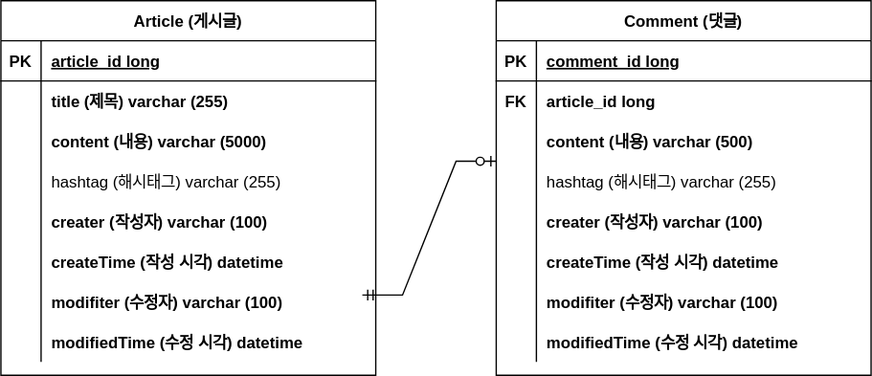
Above: documents/ERD/simple_board_erd.svg in GuardJo/simple-board-project (draw.io), before the change. Source tidied: cells renumbered, new cells last; positions are measured from the earlier drawing's top-left corner, leaving out a move shared by most shapes.
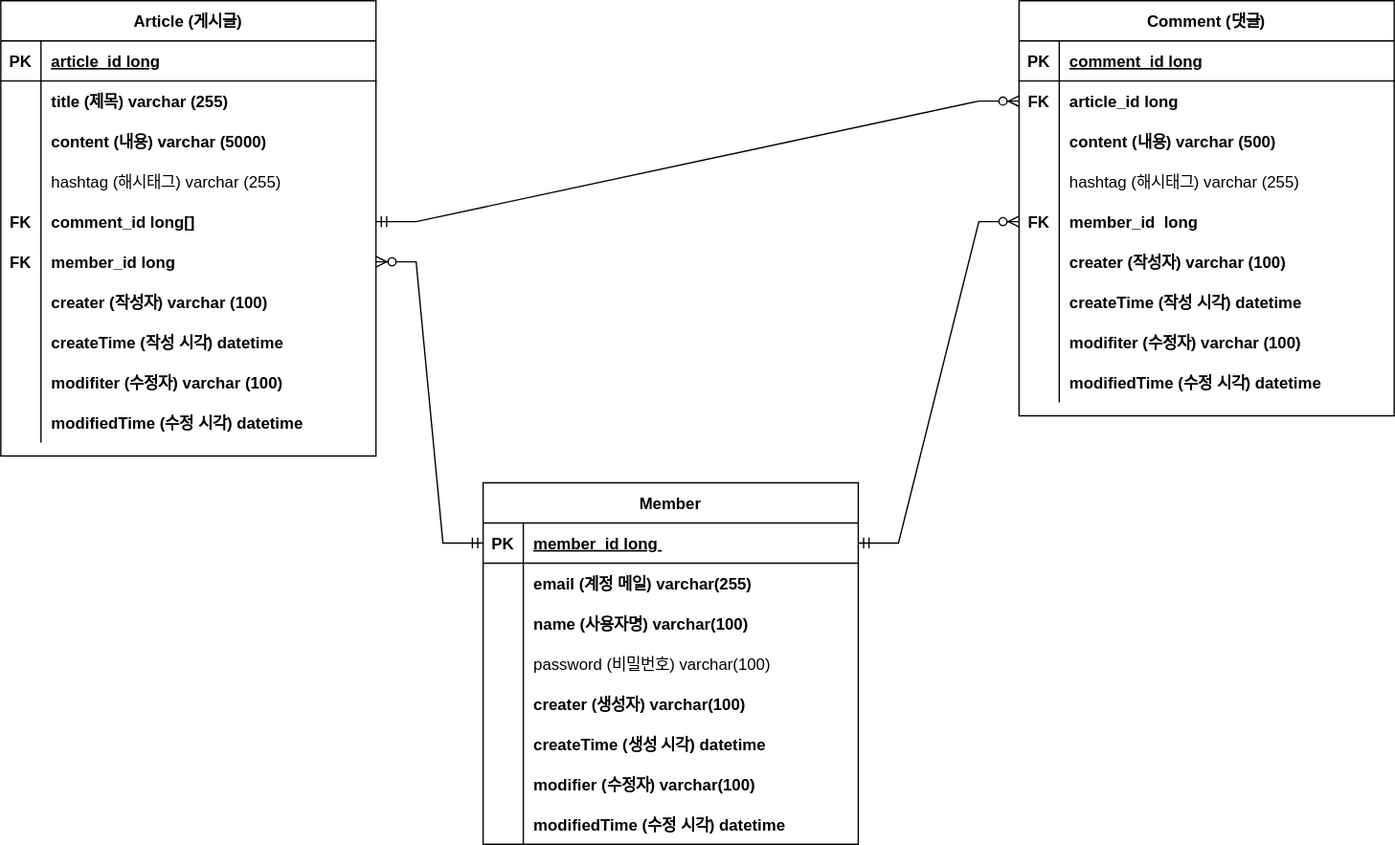
Later version of the same file.

Commit message:
simple-board-project #18 계정 관련 도메인 설계

- 계정 관련 ERD 추가

The edit, as a diff of the source:
```diff
@@ -3,7 +3,7 @@
     <mxCell id="0" />
     <mxCell id="1" parent="0" />
     <mxCell id="2" value="Article (게시글)" style="shape=table;startSize=30;rowLines=0;fontStyle=1;align=center;" parent="1" vertex="1">
-      <mxGeometry width="280" height="280" as="geometry" />
+      <mxGeometry x="-110" y="100" width="280" height="340" as="geometry" />
     </mxCell>
     <mxCell id="3" style="shape=tableRow;horizontal=0;startSize=0;swimlaneHead=0;swimlaneBody=0;fillColor=none;top=0;left=0;right=0;bottom=1;" parent="2" vertex="1">
       <mxGeometry y="30" width="280" height="30" as="geometry" />
@@ -41,8 +41,26 @@
     <mxCell id="14" value="hashtag (해시태그) varchar (255)" style="shape=partialRectangle;fillColor=none;top=0;left=0;bottom=0;right=0;align=left;spacingLeft=6;overflow=hidden;" parent="12" vertex="1">
       <mxGeometry x="30" width="250" height="30" as="geometry" />
     </mxCell>
+    <mxCell id="53" style="shape=tableRow;horizontal=0;startSize=0;swimlaneHead=0;swimlaneBody=0;fillColor=none;points=[[0,0.5],[1,0.5]];portConstraint=eastwest;top=0;left=0;right=0;bottom=0;fontStyle=1;" parent="2" vertex="1">
+      <mxGeometry y="150" width="280" height="30" as="geometry" />
+    </mxCell>
+    <mxCell id="54" value="FK" style="shape=partialRectangle;fillColor=none;top=0;left=0;bottom=0;right=0;overflow=hidden;fontStyle=1;" parent="53" vertex="1">
+      <mxGeometry width="30" height="30" as="geometry" />
+    </mxCell>
+    <mxCell id="55" value="comment_id long[]" style="shape=partialRectangle;fillColor=none;top=0;left=0;bottom=0;right=0;align=left;spacingLeft=6;overflow=hidden;fontStyle=1;" parent="53" vertex="1">
+      <mxGeometry x="30" width="250" height="30" as="geometry" />
+    </mxCell>
+    <mxCell id="56" style="shape=tableRow;horizontal=0;startSize=0;swimlaneHead=0;swimlaneBody=0;fillColor=none;points=[[0,0.5],[1,0.5]];portConstraint=eastwest;top=0;left=0;right=0;bottom=0;fontStyle=1;" parent="2" vertex="1">
+      <mxGeometry y="180" width="280" height="30" as="geometry" />
+    </mxCell>
+    <mxCell id="57" value="FK" style="shape=partialRectangle;fillColor=none;top=0;left=0;bottom=0;right=0;overflow=hidden;fontStyle=1;" parent="56" vertex="1">
+      <mxGeometry width="30" height="30" as="geometry" />
+    </mxCell>
+    <mxCell id="58" value="member_id long" style="shape=partialRectangle;fillColor=none;top=0;left=0;bottom=0;right=0;align=left;spacingLeft=6;overflow=hidden;fontStyle=1;" parent="56" vertex="1">
+      <mxGeometry x="30" width="250" height="30" as="geometry" />
+    </mxCell>
     <mxCell id="15" style="shape=tableRow;horizontal=0;startSize=0;swimlaneHead=0;swimlaneBody=0;fillColor=none;top=0;left=0;right=0;bottom=0;" parent="2" vertex="1">
-      <mxGeometry y="150" width="280" height="30" as="geometry" />
+      <mxGeometry y="210" width="280" height="30" as="geometry" />
     </mxCell>
     <mxCell id="16" style="shape=partialRectangle;fillColor=none;top=0;left=0;bottom=0;right=0;overflow=hidden;" parent="15" vertex="1">
       <mxGeometry width="30" height="30" as="geometry" />
@@ -51,7 +69,7 @@
       <mxGeometry x="30" width="250" height="30" as="geometry" />
     </mxCell>
     <mxCell id="18" style="shape=tableRow;horizontal=0;startSize=0;swimlaneHead=0;swimlaneBody=0;fillColor=none;top=0;left=0;right=0;bottom=0;" parent="2" vertex="1">
-      <mxGeometry y="180" width="280" height="30" as="geometry" />
+      <mxGeometry y="240" width="280" height="30" as="geometry" />
     </mxCell>
     <mxCell id="19" style="shape=partialRectangle;fillColor=none;top=0;left=0;bottom=0;right=0;overflow=hidden;" parent="18" vertex="1">
       <mxGeometry width="30" height="30" as="geometry" />
@@ -60,7 +78,7 @@
       <mxGeometry x="30" width="250" height="30" as="geometry" />
     </mxCell>
     <mxCell id="21" style="shape=tableRow;horizontal=0;startSize=0;swimlaneHead=0;swimlaneBody=0;fillColor=none;top=0;left=0;right=0;bottom=0;" parent="2" vertex="1">
-      <mxGeometry y="210" width="280" height="30" as="geometry" />
+      <mxGeometry y="270" width="280" height="30" as="geometry" />
     </mxCell>
     <mxCell id="22" style="shape=partialRectangle;fillColor=none;top=0;left=0;bottom=0;right=0;overflow=hidden;" parent="21" vertex="1">
       <mxGeometry width="30" height="30" as="geometry" />
@@ -69,7 +87,7 @@
       <mxGeometry x="30" width="250" height="30" as="geometry" />
     </mxCell>
     <mxCell id="24" style="shape=tableRow;horizontal=0;startSize=0;swimlaneHead=0;swimlaneBody=0;fillColor=none;top=0;left=0;right=0;bottom=0;" parent="2" vertex="1">
-      <mxGeometry y="240" width="280" height="30" as="geometry" />
+      <mxGeometry y="300" width="280" height="30" as="geometry" />
     </mxCell>
     <mxCell id="25" style="shape=partialRectangle;fillColor=none;top=0;left=0;bottom=0;right=0;overflow=hidden;" parent="24" vertex="1">
       <mxGeometry width="30" height="30" as="geometry" />
@@ -78,7 +96,7 @@
       <mxGeometry x="30" width="250" height="30" as="geometry" />
     </mxCell>
     <mxCell id="27" value="Comment (댓글)" style="shape=table;startSize=30;rowLines=0;fontStyle=1;align=center;" parent="1" vertex="1">
-      <mxGeometry x="370" width="280" height="280" as="geometry" />
+      <mxGeometry x="650" y="100" width="280" height="310" as="geometry" />
     </mxCell>
     <mxCell id="28" style="shape=tableRow;horizontal=0;startSize=0;swimlaneHead=0;swimlaneBody=0;fillColor=none;top=0;left=0;right=0;bottom=1;" parent="27" vertex="1">
       <mxGeometry y="30" width="280" height="30" as="geometry" />
@@ -116,8 +134,17 @@
     <mxCell id="39" value="hashtag (해시태그) varchar (255)" style="shape=partialRectangle;fillColor=none;top=0;left=0;bottom=0;right=0;align=left;spacingLeft=6;overflow=hidden;" parent="37" vertex="1">
       <mxGeometry x="30" width="250" height="30" as="geometry" />
     </mxCell>
+    <mxCell id="59" style="shape=tableRow;horizontal=0;startSize=0;swimlaneHead=0;swimlaneBody=0;fillColor=none;points=[[0,0.5],[1,0.5]];portConstraint=eastwest;top=0;left=0;right=0;bottom=0;" parent="27" vertex="1">
+      <mxGeometry y="150" width="280" height="30" as="geometry" />
+    </mxCell>
+    <mxCell id="60" value="FK" style="shape=partialRectangle;fillColor=none;top=0;left=0;bottom=0;right=0;overflow=hidden;fontStyle=1;" parent="59" vertex="1">
+      <mxGeometry width="30" height="30" as="geometry" />
+    </mxCell>
+    <mxCell id="61" value="member_id  long" style="shape=partialRectangle;fillColor=none;top=0;left=0;bottom=0;right=0;align=left;spacingLeft=6;overflow=hidden;fontStyle=1;" parent="59" vertex="1">
+      <mxGeometry x="30" width="250" height="30" as="geometry" />
+    </mxCell>
     <mxCell id="40" style="shape=tableRow;horizontal=0;startSize=0;swimlaneHead=0;swimlaneBody=0;fillColor=none;top=0;left=0;right=0;bottom=0;" parent="27" vertex="1">
-      <mxGeometry y="150" width="280" height="30" as="geometry" />
+      <mxGeometry y="180" width="280" height="30" as="geometry" />
     </mxCell>
     <mxCell id="41" style="shape=partialRectangle;fillColor=none;top=0;left=0;bottom=0;right=0;overflow=hidden;" parent="40" vertex="1">
       <mxGeometry width="30" height="30" as="geometry" />
@@ -126,7 +153,7 @@
       <mxGeometry x="30" width="250" height="30" as="geometry" />
     </mxCell>
     <mxCell id="43" style="shape=tableRow;horizontal=0;startSize=0;swimlaneHead=0;swimlaneBody=0;fillColor=none;top=0;left=0;right=0;bottom=0;" parent="27" vertex="1">
-      <mxGeometry y="180" width="280" height="30" as="geometry" />
+      <mxGeometry y="210" width="280" height="30" as="geometry" />
     </mxCell>
     <mxCell id="44" style="shape=partialRectangle;fillColor=none;top=0;left=0;bottom=0;right=0;overflow=hidden;" parent="43" vertex="1">
       <mxGeometry width="30" height="30" as="geometry" />
@@ -135,7 +162,7 @@
       <mxGeometry x="30" width="250" height="30" as="geometry" />
     </mxCell>
     <mxCell id="46" style="shape=tableRow;horizontal=0;startSize=0;swimlaneHead=0;swimlaneBody=0;fillColor=none;top=0;left=0;right=0;bottom=0;" parent="27" vertex="1">
-      <mxGeometry y="210" width="280" height="30" as="geometry" />
+      <mxGeometry y="240" width="280" height="30" as="geometry" />
     </mxCell>
     <mxCell id="47" style="shape=partialRectangle;fillColor=none;top=0;left=0;bottom=0;right=0;overflow=hidden;" parent="46" vertex="1">
       <mxGeometry width="30" height="30" as="geometry" />
@@ -144,7 +171,7 @@
       <mxGeometry x="30" width="250" height="30" as="geometry" />
     </mxCell>
     <mxCell id="49" style="shape=tableRow;horizontal=0;startSize=0;swimlaneHead=0;swimlaneBody=0;fillColor=none;top=0;left=0;right=0;bottom=0;" parent="27" vertex="1">
-      <mxGeometry y="240" width="280" height="30" as="geometry" />
+      <mxGeometry y="270" width="280" height="30" as="geometry" />
     </mxCell>
     <mxCell id="50" style="shape=partialRectangle;fillColor=none;top=0;left=0;bottom=0;right=0;overflow=hidden;" parent="49" vertex="1">
       <mxGeometry width="30" height="30" as="geometry" />
@@ -152,11 +179,89 @@
     <mxCell id="51" value="modifiedTime (수정 시각) datetime" style="shape=partialRectangle;fillColor=none;top=0;left=0;bottom=0;right=0;align=left;spacingLeft=6;overflow=hidden;fontStyle=1;" parent="49" vertex="1">
       <mxGeometry x="30" width="250" height="30" as="geometry" />
     </mxCell>
-    <mxCell id="52" style="edgeStyle=entityRelationEdgeStyle;fontSize=12;html=1;endArrow=ERzeroToOne;startArrow=ERmandOne;rounded=0;" parent="1" edge="1">
-      <mxGeometry relative="1" as="geometry">
-        <mxPoint x="270" y="220" as="sourcePoint" />
-        <mxPoint x="370" y="120" as="targetPoint" />
-      </mxGeometry>
-    </mxCell>
+    <mxCell id="62" value="Member" style="shape=table;startSize=30;rowLines=0;fontStyle=1;align=center;" parent="1" vertex="1">
+      <mxGeometry x="250" y="460" width="280" height="270" as="geometry" />
+    </mxCell>
+    <mxCell id="63" style="shape=tableRow;horizontal=0;startSize=0;swimlaneHead=0;swimlaneBody=0;fillColor=none;points=[[0,0.5],[1,0.5]];portConstraint=eastwest;top=0;left=0;right=0;bottom=1;" parent="62" vertex="1">
+      <mxGeometry y="30" width="280" height="30" as="geometry" />
+    </mxCell>
+    <mxCell id="64" value="PK" style="shape=partialRectangle;fillColor=none;top=0;left=0;bottom=0;right=0;fontStyle=1;overflow=hidden;" parent="63" vertex="1">
+      <mxGeometry width="30" height="30" as="geometry" />
+    </mxCell>
+    <mxCell id="65" value="member_id long " style="shape=partialRectangle;fillColor=none;top=0;left=0;bottom=0;right=0;align=left;spacingLeft=6;fontStyle=5;overflow=hidden;" parent="63" vertex="1">
+      <mxGeometry x="30" width="250" height="30" as="geometry" />
+    </mxCell>
+    <mxCell id="66" style="shape=tableRow;horizontal=0;startSize=0;swimlaneHead=0;swimlaneBody=0;fillColor=none;top=0;left=0;right=0;bottom=0;" parent="62" vertex="1">
+      <mxGeometry y="60" width="280" height="30" as="geometry" />
+    </mxCell>
+    <mxCell id="67" style="shape=partialRectangle;fillColor=none;top=0;left=0;bottom=0;right=0;overflow=hidden;" parent="66" vertex="1">
+      <mxGeometry width="30" height="30" as="geometry" />
+    </mxCell>
+    <mxCell id="68" value="email (계정 메일) varchar(255)" style="shape=partialRectangle;fillColor=none;top=0;left=0;bottom=0;right=0;align=left;spacingLeft=6;overflow=hidden;fontStyle=1;" parent="66" vertex="1">
+      <mxGeometry x="30" width="250" height="30" as="geometry" />
+    </mxCell>
+    <mxCell id="69" style="shape=tableRow;horizontal=0;startSize=0;swimlaneHead=0;swimlaneBody=0;fillColor=none;top=0;left=0;right=0;bottom=0;" parent="62" vertex="1">
+      <mxGeometry y="90" width="280" height="30" as="geometry" />
+    </mxCell>
+    <mxCell id="70" style="shape=partialRectangle;fillColor=none;top=0;left=0;bottom=0;right=0;overflow=hidden;" parent="69" vertex="1">
+      <mxGeometry width="30" height="30" as="geometry" />
+    </mxCell>
+    <mxCell id="71" value="name (사용자명) varchar(100)" style="shape=partialRectangle;fillColor=none;top=0;left=0;bottom=0;right=0;align=left;spacingLeft=6;overflow=hidden;fontStyle=1;" parent="69" vertex="1">
+      <mxGeometry x="30" width="250" height="30" as="geometry" />
+    </mxCell>
+    <mxCell id="72" style="shape=tableRow;horizontal=0;startSize=0;swimlaneHead=0;swimlaneBody=0;fillColor=none;top=0;left=0;right=0;bottom=0;" parent="62" vertex="1">
+      <mxGeometry y="120" width="280" height="30" as="geometry" />
+    </mxCell>
+    <mxCell id="73" style="shape=partialRectangle;fillColor=none;top=0;left=0;bottom=0;right=0;overflow=hidden;" parent="72" vertex="1">
+      <mxGeometry width="30" height="30" as="geometry" />
+    </mxCell>
+    <mxCell id="74" value="password (비밀번호) varchar(100) " style="shape=partialRectangle;fillColor=none;top=0;left=0;bottom=0;right=0;align=left;spacingLeft=6;overflow=hidden;" parent="72" vertex="1">
+      <mxGeometry x="30" width="250" height="30" as="geometry" />
+    </mxCell>
+    <mxCell id="75" style="shape=tableRow;horizontal=0;startSize=0;swimlaneHead=0;swimlaneBody=0;fillColor=none;top=0;left=0;right=0;bottom=0;" parent="62" vertex="1">
+      <mxGeometry y="150" width="280" height="30" as="geometry" />
+    </mxCell>
+    <mxCell id="76" style="shape=partialRectangle;fillColor=none;top=0;left=0;bottom=0;right=0;overflow=hidden;" parent="75" vertex="1">
+      <mxGeometry width="30" height="30" as="geometry" />
+    </mxCell>
+    <mxCell id="77" value="creater (생성자) varchar(100)" style="shape=partialRectangle;fillColor=none;top=0;left=0;bottom=0;right=0;align=left;spacingLeft=6;overflow=hidden;fontStyle=1;" parent="75" vertex="1">
+      <mxGeometry x="30" width="250" height="30" as="geometry" />
+    </mxCell>
+    <mxCell id="78" style="shape=tableRow;horizontal=0;startSize=0;swimlaneHead=0;swimlaneBody=0;fillColor=none;top=0;left=0;right=0;bottom=0;" parent="62" vertex="1">
+      <mxGeometry y="180" width="280" height="30" as="geometry" />
+    </mxCell>
+    <mxCell id="79" style="shape=partialRectangle;fillColor=none;top=0;left=0;bottom=0;right=0;overflow=hidden;" parent="78" vertex="1">
+      <mxGeometry width="30" height="30" as="geometry" />
+    </mxCell>
+    <mxCell id="80" value="createTime (생성 시각) datetime" style="shape=partialRectangle;fillColor=none;top=0;left=0;bottom=0;right=0;align=left;spacingLeft=6;overflow=hidden;fontStyle=1;" parent="78" vertex="1">
+      <mxGeometry x="30" width="250" height="30" as="geometry" />
+    </mxCell>
+    <mxCell id="81" style="shape=tableRow;horizontal=0;startSize=0;swimlaneHead=0;swimlaneBody=0;fillColor=none;top=0;left=0;right=0;bottom=0;" parent="62" vertex="1">
+      <mxGeometry y="210" width="280" height="30" as="geometry" />
+    </mxCell>
+    <mxCell id="82" style="shape=partialRectangle;fillColor=none;top=0;left=0;bottom=0;right=0;overflow=hidden;" parent="81" vertex="1">
+      <mxGeometry width="30" height="30" as="geometry" />
+    </mxCell>
+    <mxCell id="83" value="modifier (수정자) varchar(100)" style="shape=partialRectangle;fillColor=none;top=0;left=0;bottom=0;right=0;align=left;spacingLeft=6;overflow=hidden;fontStyle=1;" parent="81" vertex="1">
+      <mxGeometry x="30" width="250" height="30" as="geometry" />
+    </mxCell>
+    <mxCell id="84" style="shape=tableRow;horizontal=0;startSize=0;swimlaneHead=0;swimlaneBody=0;fillColor=none;top=0;left=0;right=0;bottom=0;" parent="62" vertex="1">
+      <mxGeometry y="240" width="280" height="30" as="geometry" />
+    </mxCell>
+    <mxCell id="85" style="shape=partialRectangle;fillColor=none;top=0;left=0;bottom=0;right=0;overflow=hidden;" parent="84" vertex="1">
+      <mxGeometry width="30" height="30" as="geometry" />
+    </mxCell>
+    <mxCell id="86" value="modifiedTime (수정 시각) datetime" style="shape=partialRectangle;fillColor=none;top=0;left=0;bottom=0;right=0;align=left;spacingLeft=6;overflow=hidden;fontStyle=1;" parent="84" vertex="1">
+      <mxGeometry x="30" width="250" height="30" as="geometry" />
+    </mxCell>
+    <mxCell id="87" style="edgeStyle=entityRelationEdgeStyle;fontSize=12;html=1;endArrow=ERzeroToMany;startArrow=ERmandOne;rounded=0;entryX=0;entryY=0.5;entryDx=0;entryDy=0;" parent="1" edge="1" source="53" target="31">
+      <mxGeometry relative="1" as="geometry" />
+    </mxCell>
+    <mxCell id="88" style="edgeStyle=entityRelationEdgeStyle;fontSize=12;html=1;endArrow=ERzeroToMany;startArrow=ERmandOne;rounded=0;exitX=0;exitY=0.5;exitDx=0;exitDy=0;" parent="1" edge="1" source="63" target="56">
+      <mxGeometry relative="1" as="geometry" />
+    </mxCell>
+    <mxCell id="89" style="edgeStyle=entityRelationEdgeStyle;fontSize=12;html=1;endArrow=ERzeroToMany;startArrow=ERmandOne;jumpStyle=line;rounded=0;entryX=0;entryY=0.5;entryDx=0;entryDy=0;exitX=1;exitY=0.5;exitDx=0;exitDy=0;" parent="1" edge="1" source="63" target="59">
+      <mxGeometry relative="1" as="geometry" />
+    </mxCell>
   </root>
 </mxGraphModel>
```
